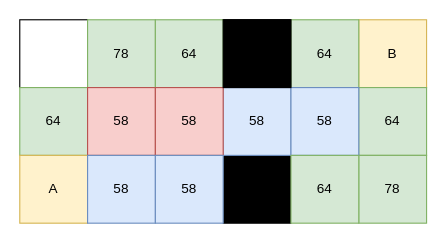
The draw.io diagram draw.io/A*.drawio in bezmuth/civ-like-a, before the edit. Source tidied: cells renumbered, new cells numbered last; positions are measured from the earlier drawing's top-left corner, leaving out a move shared by most shapes. Both pictures are drawn from the tidied source at 113%, with x=0, y=0 at pixel (19, 19).
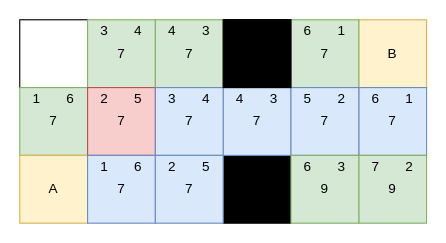
After the change.

The edit, as a diff of the source:
```diff
@@
-    <mxCell id="3" value="64" style="rounded=0;whiteSpace=wrap;html=1;fillColor=#d5e8d4;strokeColor=#82b366;" parent="1" vertex="1">
+    <mxCell id="3" value="7" style="rounded=0;whiteSpace=wrap;html=1;fillColor=#d5e8d4;strokeColor=#82b366;" parent="1" vertex="1">
       <mxGeometry y="60" width="60" height="60" as="geometry" />
     </mxCell>
@@
-    <mxCell id="5" value="78" style="rounded=0;whiteSpace=wrap;html=1;fillColor=#d5e8d4;strokeColor=#82b366;" parent="1" vertex="1">
+    <mxCell id="5" value="7" style="rounded=0;whiteSpace=wrap;html=1;fillColor=#d5e8d4;strokeColor=#82b366;" parent="1" vertex="1">
       <mxGeometry x="60" width="60" height="60" as="geometry" />
     </mxCell>
-    <mxCell id="6" value="58" style="rounded=0;whiteSpace=wrap;html=1;fillColor=#f8cecc;strokeColor=#b85450;" parent="1" vertex="1">
+    <mxCell id="6" value="7" style="rounded=0;whiteSpace=wrap;html=1;fillColor=#f8cecc;strokeColor=#b85450;" parent="1" vertex="1">
       <mxGeometry x="60" y="60" width="60" height="60" as="geometry" />
     </mxCell>
-    <mxCell id="7" value="58" style="rounded=0;whiteSpace=wrap;html=1;fillColor=#dae8fc;strokeColor=#6c8ebf;" parent="1" vertex="1">
+    <mxCell id="7" value="7" style="rounded=0;whiteSpace=wrap;html=1;fillColor=#dae8fc;strokeColor=#6c8ebf;" parent="1" vertex="1">
       <mxGeometry x="60" y="120" width="60" height="60" as="geometry" />
     </mxCell>
@@
-    <mxCell id="10" value="58" style="rounded=0;whiteSpace=wrap;html=1;fillColor=#dae8fc;strokeColor=#6c8ebf;" parent="1" vertex="1">
+    <mxCell id="10" value="7" style="rounded=0;whiteSpace=wrap;html=1;fillColor=#dae8fc;strokeColor=#6c8ebf;" parent="1" vertex="1">
       <mxGeometry x="180" y="60" width="60" height="60" as="geometry" />
     </mxCell>
-    <mxCell id="11" value="64" style="rounded=0;whiteSpace=wrap;html=1;fillColor=#d5e8d4;strokeColor=#82b366;" parent="1" vertex="1">
+    <mxCell id="11" value="7" style="rounded=0;whiteSpace=wrap;html=1;fillColor=#d5e8d4;strokeColor=#82b366;" parent="1" vertex="1">
       <mxGeometry x="120" width="60" height="60" as="geometry" />
     </mxCell>
-    <mxCell id="12" value="58" style="rounded=0;whiteSpace=wrap;html=1;fillColor=#f8cecc;strokeColor=#b85450;" parent="1" vertex="1">
+    <mxCell id="12" value="7" style="rounded=0;whiteSpace=wrap;html=1;fillColor=#dae8fc;strokeColor=#6c8ebf;" parent="1" vertex="1">
       <mxGeometry x="120" y="60" width="60" height="60" as="geometry" />
     </mxCell>
-    <mxCell id="13" value="58" style="rounded=0;whiteSpace=wrap;html=1;fillColor=#dae8fc;strokeColor=#6c8ebf;" parent="1" vertex="1">
+    <mxCell id="13" value="7" style="rounded=0;whiteSpace=wrap;html=1;fillColor=#dae8fc;strokeColor=#6c8ebf;" parent="1" vertex="1">
       <mxGeometry x="120" y="120" width="60" height="60" as="geometry" />
     </mxCell>
@@
-    <mxCell id="15" value="64" style="rounded=0;whiteSpace=wrap;html=1;fillColor=#d5e8d4;strokeColor=#82b366;" parent="1" vertex="1">
+    <mxCell id="15" value="7" style="rounded=0;whiteSpace=wrap;html=1;fillColor=#dae8fc;strokeColor=#6c8ebf;" parent="1" vertex="1">
       <mxGeometry x="300" y="60" width="60" height="60" as="geometry" />
     </mxCell>
-    <mxCell id="16" value="78" style="rounded=0;whiteSpace=wrap;html=1;fillColor=#d5e8d4;strokeColor=#82b366;" parent="1" vertex="1">
+    <mxCell id="16" value="9" style="rounded=0;whiteSpace=wrap;html=1;fillColor=#d5e8d4;strokeColor=#82b366;" parent="1" vertex="1">
       <mxGeometry x="300" y="120" width="60" height="60" as="geometry" />
     </mxCell>
-    <mxCell id="17" value="64" style="rounded=0;whiteSpace=wrap;html=1;fillColor=#d5e8d4;strokeColor=#82b366;" parent="1" vertex="1">
+    <mxCell id="17" value="7" style="rounded=0;whiteSpace=wrap;html=1;fillColor=#d5e8d4;strokeColor=#82b366;" parent="1" vertex="1">
       <mxGeometry x="240" width="60" height="60" as="geometry" />
     </mxCell>
-    <mxCell id="18" value="58" style="rounded=0;whiteSpace=wrap;html=1;fillColor=#dae8fc;strokeColor=#6c8ebf;" parent="1" vertex="1">
+    <mxCell id="18" value="7" style="rounded=0;whiteSpace=wrap;html=1;fillColor=#dae8fc;strokeColor=#6c8ebf;" parent="1" vertex="1">
       <mxGeometry x="240" y="60" width="60" height="60" as="geometry" />
     </mxCell>
-    <mxCell id="19" value="64" style="rounded=0;whiteSpace=wrap;html=1;fillColor=#d5e8d4;strokeColor=#82b366;" parent="1" vertex="1">
+    <mxCell id="19" value="9" style="rounded=0;whiteSpace=wrap;html=1;fillColor=#d5e8d4;strokeColor=#82b366;" parent="1" vertex="1">
       <mxGeometry x="240" y="120" width="60" height="60" as="geometry" />
     </mxCell>
@@
+    <mxCell id="21" value="1" style="text;html=1;strokeColor=none;fillColor=none;align=center;verticalAlign=middle;whiteSpace=wrap;rounded=0;" parent="1" vertex="1">
+      <mxGeometry x="60" y="120" width="30" height="20" as="geometry" />
+    </mxCell>
+    <mxCell id="22" value="6" style="text;html=1;strokeColor=none;fillColor=none;align=center;verticalAlign=middle;whiteSpace=wrap;rounded=0;" parent="1" vertex="1">
+      <mxGeometry x="90" y="120" width="30" height="20" as="geometry" />
+    </mxCell>
+    <mxCell id="23" value="2" style="text;html=1;strokeColor=none;fillColor=none;align=center;verticalAlign=middle;whiteSpace=wrap;rounded=0;" parent="1" vertex="1">
+      <mxGeometry x="120" y="120" width="30" height="20" as="geometry" />
+    </mxCell>
+    <mxCell id="24" value="5" style="text;html=1;strokeColor=none;fillColor=none;align=center;verticalAlign=middle;whiteSpace=wrap;rounded=0;" parent="1" vertex="1">
+      <mxGeometry x="150" y="120" width="30" height="20" as="geometry" />
+    </mxCell>
+    <mxCell id="25" value="3" style="text;html=1;strokeColor=none;fillColor=none;align=center;verticalAlign=middle;whiteSpace=wrap;rounded=0;" parent="1" vertex="1">
+      <mxGeometry x="120" y="60" width="30" height="20" as="geometry" />
+    </mxCell>
+    <mxCell id="26" value="4" style="text;html=1;strokeColor=none;fillColor=none;align=center;verticalAlign=middle;whiteSpace=wrap;rounded=0;" parent="1" vertex="1">
+      <mxGeometry x="150" y="60" width="30" height="20" as="geometry" />
+    </mxCell>
+    <mxCell id="27" value="2" style="text;html=1;strokeColor=none;fillColor=none;align=center;verticalAlign=middle;whiteSpace=wrap;rounded=0;" parent="1" vertex="1">
+      <mxGeometry x="60" y="60" width="30" height="20" as="geometry" />
+    </mxCell>
+    <mxCell id="28" value="5" style="text;html=1;strokeColor=none;fillColor=none;align=center;verticalAlign=middle;whiteSpace=wrap;rounded=0;" parent="1" vertex="1">
+      <mxGeometry x="90" y="60" width="30" height="20" as="geometry" />
+    </mxCell>
+    <mxCell id="29" value="1" style="text;html=1;strokeColor=none;fillColor=none;align=center;verticalAlign=middle;whiteSpace=wrap;rounded=0;" parent="1" vertex="1">
+      <mxGeometry y="60" width="30" height="20" as="geometry" />
+    </mxCell>
+    <mxCell id="30" value="6" style="text;html=1;strokeColor=none;fillColor=none;align=center;verticalAlign=middle;whiteSpace=wrap;rounded=0;" parent="1" vertex="1">
+      <mxGeometry x="30" y="60" width="30" height="20" as="geometry" />
+    </mxCell>
+    <mxCell id="31" value="3" style="text;html=1;strokeColor=none;fillColor=none;align=center;verticalAlign=middle;whiteSpace=wrap;rounded=0;" parent="1" vertex="1">
+      <mxGeometry x="60" width="30" height="20" as="geometry" />
+    </mxCell>
+    <mxCell id="32" value="4" style="text;html=1;strokeColor=none;fillColor=none;align=center;verticalAlign=middle;whiteSpace=wrap;rounded=0;" parent="1" vertex="1">
+      <mxGeometry x="90" width="30" height="20" as="geometry" />
+    </mxCell>
+    <mxCell id="33" value="4" style="text;html=1;strokeColor=none;fillColor=none;align=center;verticalAlign=middle;whiteSpace=wrap;rounded=0;" parent="1" vertex="1">
+      <mxGeometry x="120" width="30" height="20" as="geometry" />
+    </mxCell>
+    <mxCell id="34" value="3" style="text;html=1;strokeColor=none;fillColor=none;align=center;verticalAlign=middle;whiteSpace=wrap;rounded=0;" parent="1" vertex="1">
+      <mxGeometry x="150" width="30" height="20" as="geometry" />
+    </mxCell>
+    <mxCell id="35" value="6" style="text;html=1;strokeColor=none;fillColor=none;align=center;verticalAlign=middle;whiteSpace=wrap;rounded=0;" parent="1" vertex="1">
+      <mxGeometry x="240" width="30" height="20" as="geometry" />
+    </mxCell>
+    <mxCell id="36" value="1" style="text;html=1;strokeColor=none;fillColor=none;align=center;verticalAlign=middle;whiteSpace=wrap;rounded=0;" parent="1" vertex="1">
+      <mxGeometry x="270" width="30" height="20" as="geometry" />
+    </mxCell>
+    <mxCell id="37" value="4" style="text;html=1;strokeColor=none;fillColor=none;align=center;verticalAlign=middle;whiteSpace=wrap;rounded=0;" parent="1" vertex="1">
+      <mxGeometry x="180" y="60" width="30" height="20" as="geometry" />
+    </mxCell>
+    <mxCell id="38" value="3" style="text;html=1;strokeColor=none;fillColor=none;align=center;verticalAlign=middle;whiteSpace=wrap;rounded=0;" parent="1" vertex="1">
+      <mxGeometry x="210" y="60" width="30" height="20" as="geometry" />
+    </mxCell>
+    <mxCell id="39" value="5" style="text;html=1;strokeColor=none;fillColor=none;align=center;verticalAlign=middle;whiteSpace=wrap;rounded=0;" parent="1" vertex="1">
+      <mxGeometry x="240" y="60" width="30" height="20" as="geometry" />
+    </mxCell>
+    <mxCell id="40" value="2" style="text;html=1;strokeColor=none;fillColor=none;align=center;verticalAlign=middle;whiteSpace=wrap;rounded=0;" parent="1" vertex="1">
+      <mxGeometry x="270" y="60" width="30" height="20" as="geometry" />
+    </mxCell>
+    <mxCell id="41" value="6" style="text;html=1;strokeColor=none;fillColor=none;align=center;verticalAlign=middle;whiteSpace=wrap;rounded=0;" parent="1" vertex="1">
+      <mxGeometry x="300" y="60" width="30" height="20" as="geometry" />
+    </mxCell>
+    <mxCell id="42" value="1" style="text;html=1;strokeColor=none;fillColor=none;align=center;verticalAlign=middle;whiteSpace=wrap;rounded=0;" parent="1" vertex="1">
+      <mxGeometry x="330" y="60" width="30" height="20" as="geometry" />
+    </mxCell>
+    <mxCell id="43" value="7" style="text;html=1;strokeColor=none;fillColor=none;align=center;verticalAlign=middle;whiteSpace=wrap;rounded=0;" parent="1" vertex="1">
+      <mxGeometry x="300" y="120" width="30" height="20" as="geometry" />
+    </mxCell>
+    <mxCell id="44" value="2" style="text;html=1;strokeColor=none;fillColor=none;align=center;verticalAlign=middle;whiteSpace=wrap;rounded=0;" parent="1" vertex="1">
+      <mxGeometry x="330" y="120" width="30" height="20" as="geometry" />
+    </mxCell>
+    <mxCell id="45" value="6" style="text;html=1;strokeColor=none;fillColor=none;align=center;verticalAlign=middle;whiteSpace=wrap;rounded=0;" parent="1" vertex="1">
+      <mxGeometry x="240" y="120" width="30" height="20" as="geometry" />
+    </mxCell>
+    <mxCell id="46" value="3" style="text;html=1;strokeColor=none;fillColor=none;align=center;verticalAlign=middle;whiteSpace=wrap;rounded=0;" parent="1" vertex="1">
+      <mxGeometry x="270" y="120" width="30" height="20" as="geometry" />
+    </mxCell>
```
